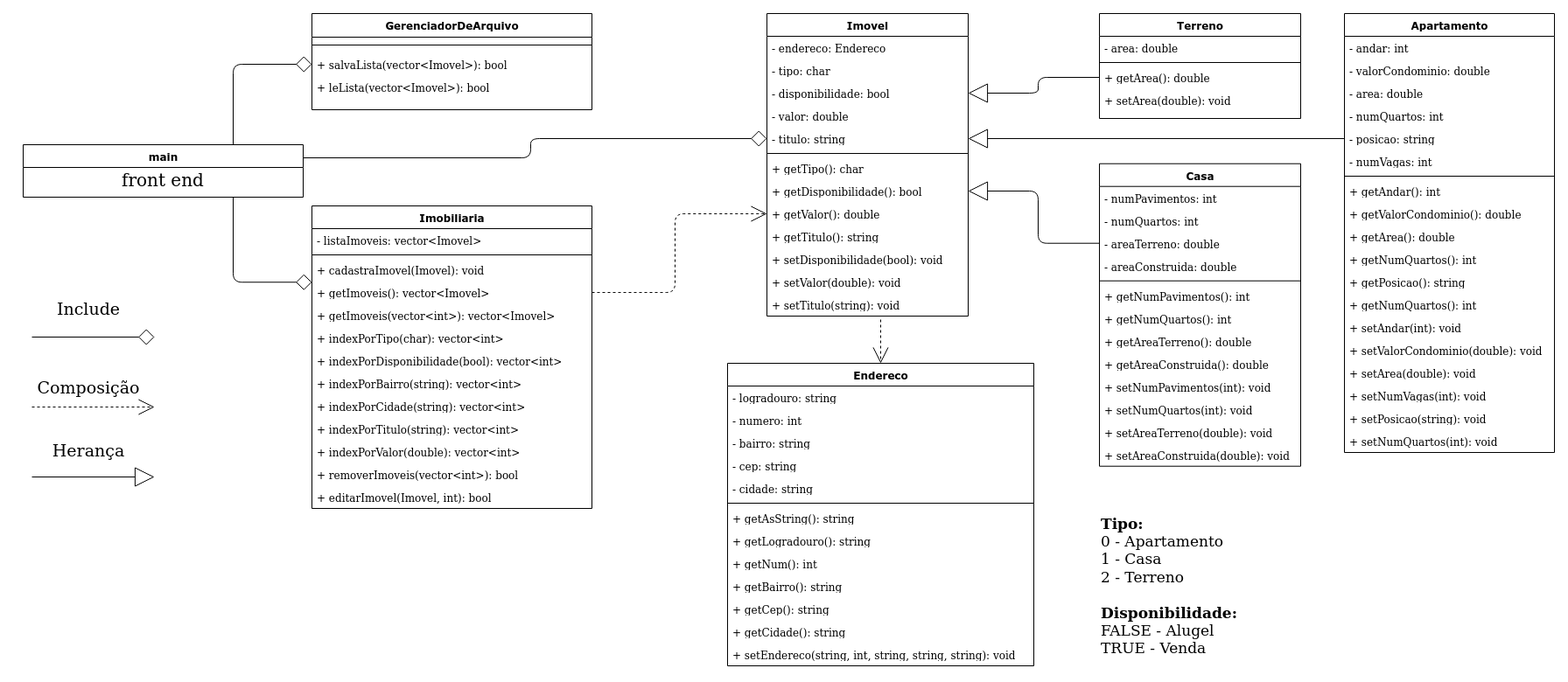
Above: Object_Oriented/ImobiliariaC++.png in francisccdn/crud-imobiliaria-llp1 (draw.io), before the change. Source tidied: cells renumbered, new cells last; positions are measured from the earlier drawing's top-left corner, leaving out a move shared by most shapes.
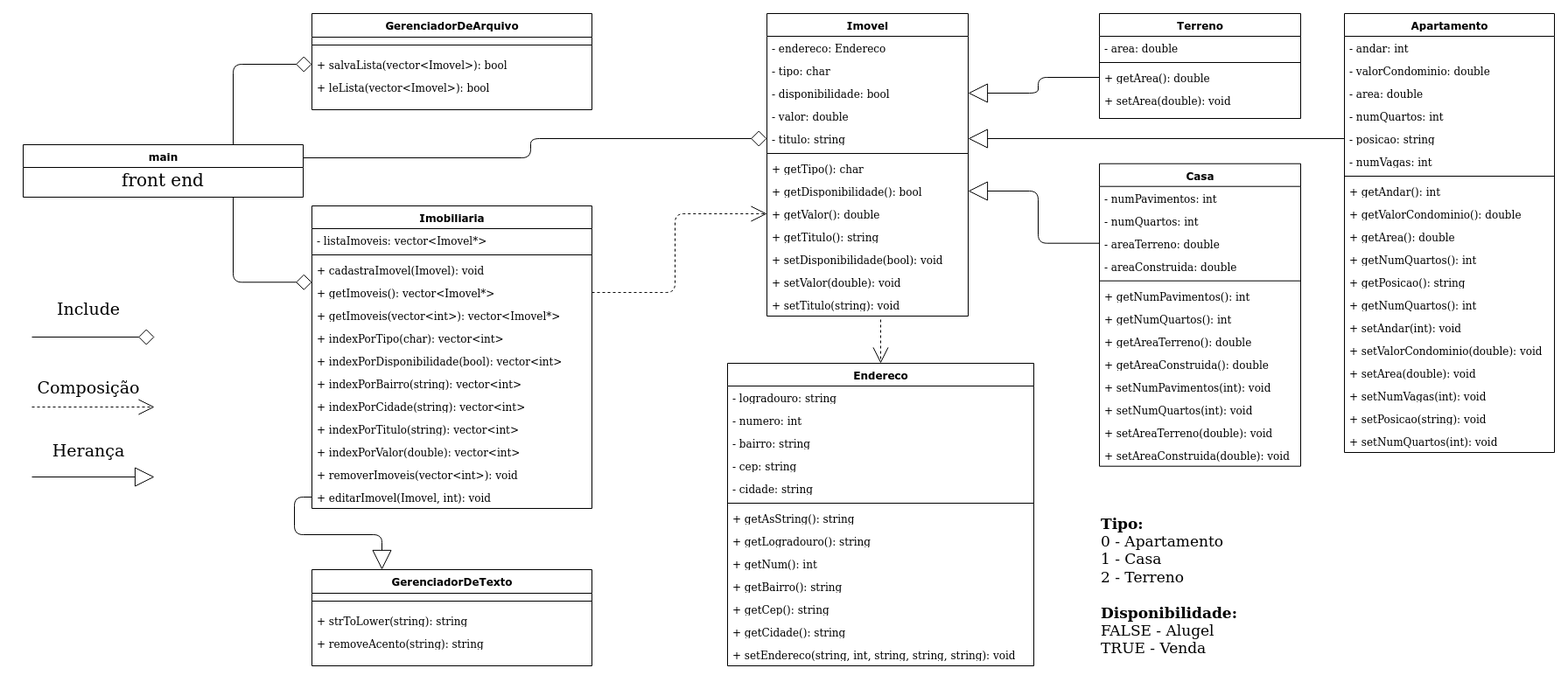
After the change.

Change to the diagram source:
```diff
@@ -5,7 +5,7 @@
     <mxCell id="2" value="Imobiliaria" style="swimlane;html=1;fontStyle=1;align=center;verticalAlign=top;horizontal=1;startSize=26;swimlaneFillColor=#ffffff;rounded=0;shadow=0;comic=0;labelBackgroundColor=none;strokeWidth=1;fillColor=none;fontFamily=Verdana;fontSize=12;" parent="1" vertex="1">
       <mxGeometry x="330" y="220" width="320" height="346" as="geometry" />
     </mxCell>
-    <mxCell id="3" value="- listaImoveis: vector&amp;lt;Imovel&amp;gt; " style="text;html=1;strokeColor=none;fillColor=none;align=left;verticalAlign=top;spacingLeft=4;spacingRight=4;whiteSpace=wrap;overflow=hidden;" parent="2" vertex="1">
+    <mxCell id="3" value="- listaImoveis: vector&amp;lt;Imovel*&amp;gt; " style="text;html=1;strokeColor=none;fillColor=none;align=left;verticalAlign=top;spacingLeft=4;spacingRight=4;whiteSpace=wrap;overflow=hidden;" parent="2" vertex="1">
       <mxGeometry y="26" width="320" height="26" as="geometry" />
     </mxCell>
     <mxCell id="4" style="line;html=1;strokeWidth=1;fillColor=none;align=left;verticalAlign=middle;spacingTop=-1;spacingLeft=3;spacingRight=3;labelPosition=right;" parent="2" vertex="1">
@@ -14,10 +14,10 @@
     <mxCell id="5" value="+ cadastraImovel(Imovel): void" style="text;html=1;strokeColor=none;fillColor=none;align=left;verticalAlign=top;spacingLeft=4;spacingRight=4;whiteSpace=wrap;overflow=hidden;" parent="2" vertex="1">
       <mxGeometry y="60" width="320" height="26" as="geometry" />
     </mxCell>
-    <mxCell id="6" value="+ getImoveis(): vector&amp;lt;Imovel&amp;gt;" style="text;html=1;strokeColor=none;fillColor=none;align=left;verticalAlign=top;spacingLeft=4;spacingRight=4;whiteSpace=wrap;overflow=hidden;points=[[0,0.5],[1,0.5]];portConstraint=eastwest;" parent="2" vertex="1">
+    <mxCell id="6" value="+ getImoveis(): vector&amp;lt;Imovel*&amp;gt;" style="text;html=1;strokeColor=none;fillColor=none;align=left;verticalAlign=top;spacingLeft=4;spacingRight=4;whiteSpace=wrap;overflow=hidden;points=[[0,0.5],[1,0.5]];portConstraint=eastwest;" parent="2" vertex="1">
       <mxGeometry y="86" width="320" height="26" as="geometry" />
     </mxCell>
-    <mxCell id="7" value="+ getImoveis(vector&amp;lt;int&amp;gt;): vector&amp;lt;Imovel&amp;gt;" style="text;html=1;strokeColor=none;fillColor=none;align=left;verticalAlign=top;spacingLeft=4;spacingRight=4;whiteSpace=wrap;overflow=hidden;" parent="2" vertex="1">
+    <mxCell id="7" value="+ getImoveis(vector&amp;lt;int&amp;gt;): vector&amp;lt;Imovel*&amp;gt;" style="text;html=1;strokeColor=none;fillColor=none;align=left;verticalAlign=top;spacingLeft=4;spacingRight=4;whiteSpace=wrap;overflow=hidden;" parent="2" vertex="1">
       <mxGeometry y="112" width="320" height="26" as="geometry" />
     </mxCell>
     <mxCell id="8" value="+ indexPorTipo(char): vector&amp;lt;int&amp;gt; " style="text;html=1;strokeColor=none;fillColor=none;align=left;verticalAlign=top;spacingLeft=4;spacingRight=4;whiteSpace=wrap;overflow=hidden;" parent="2" vertex="1">
@@ -38,10 +38,10 @@
     <mxCell id="13" value="+ indexPorValor(double): vector&amp;lt;int&amp;gt;" style="text;html=1;strokeColor=none;fillColor=none;align=left;verticalAlign=top;spacingLeft=4;spacingRight=4;whiteSpace=wrap;overflow=hidden;" parent="2" vertex="1">
       <mxGeometry y="268" width="320" height="26" as="geometry" />
     </mxCell>
-    <mxCell id="14" value="+ removerImoveis(vector&amp;lt;int&amp;gt;): bool" style="text;html=1;strokeColor=none;fillColor=none;align=left;verticalAlign=top;spacingLeft=4;spacingRight=4;whiteSpace=wrap;overflow=hidden;" parent="2" vertex="1">
+    <mxCell id="14" value="+ removerImoveis(vector&amp;lt;int&amp;gt;): void" style="text;html=1;strokeColor=none;fillColor=none;align=left;verticalAlign=top;spacingLeft=4;spacingRight=4;whiteSpace=wrap;overflow=hidden;" parent="2" vertex="1">
       <mxGeometry y="294" width="320" height="26" as="geometry" />
     </mxCell>
-    <mxCell id="15" value="+ editarImovel(Imovel, int): bool" style="text;html=1;strokeColor=none;fillColor=none;align=left;verticalAlign=top;spacingLeft=4;spacingRight=4;whiteSpace=wrap;overflow=hidden;points=[[0,0.5],[1,0.5]];portConstraint=eastwest;" parent="2" vertex="1">
+    <mxCell id="15" value="+ editarImovel(Imovel, int): void" style="text;html=1;strokeColor=none;fillColor=none;align=left;verticalAlign=top;spacingLeft=4;spacingRight=4;whiteSpace=wrap;overflow=hidden;points=[[0,0.5],[1,0.5]];portConstraint=eastwest;" parent="2" vertex="1">
       <mxGeometry y="320" width="320" height="26" as="geometry" />
     </mxCell>
     <mxCell id="16" value="Imovel" style="swimlane;html=1;fontStyle=1;align=center;verticalAlign=top;horizontal=1;startSize=26;swimlaneFillColor=#ffffff;rounded=0;shadow=0;comic=0;labelBackgroundColor=none;strokeWidth=1;fillColor=none;fontFamily=Verdana;fontSize=12;" parent="1" vertex="1">
@@ -319,5 +319,20 @@
     <mxCell id="103" value="&lt;div style=&quot;font-size: 17px&quot; align=&quot;left&quot;&gt;&lt;font style=&quot;font-size: 17px&quot;&gt;&lt;b&gt;Tipo:&lt;/b&gt;&lt;br&gt;&lt;/font&gt;&lt;/div&gt;&lt;div style=&quot;font-size: 17px&quot; align=&quot;left&quot;&gt;&lt;font style=&quot;font-size: 17px&quot;&gt;0 - Apartamento&lt;/font&gt;&lt;/div&gt;&lt;div style=&quot;font-size: 17px&quot; align=&quot;left&quot;&gt;&lt;font style=&quot;font-size: 17px&quot;&gt;1 - Casa&lt;/font&gt;&lt;/div&gt;&lt;div style=&quot;font-size: 17px&quot; align=&quot;left&quot;&gt;&lt;font style=&quot;font-size: 17px&quot;&gt;2 - Terreno&lt;/font&gt;&lt;/div&gt;&lt;div style=&quot;font-size: 17px&quot; align=&quot;left&quot;&gt;&lt;font style=&quot;font-size: 17px&quot;&gt;&lt;br&gt;&lt;/font&gt;&lt;/div&gt;&lt;div style=&quot;font-size: 17px&quot; align=&quot;left&quot;&gt;&lt;font style=&quot;font-size: 17px&quot;&gt;&lt;b&gt;Disponibilidade:&lt;/b&gt;&lt;br&gt;&lt;/font&gt;&lt;/div&gt;&lt;div style=&quot;font-size: 17px&quot; align=&quot;left&quot;&gt;&lt;font style=&quot;font-size: 17px&quot;&gt;FALSE - Alugel&lt;/font&gt;&lt;/div&gt;&lt;div style=&quot;font-size: 17px&quot; align=&quot;left&quot;&gt;&lt;font style=&quot;font-size: 17px&quot;&gt;TRUE - Venda&lt;br&gt;&lt;/font&gt;&lt;/div&gt;" style="text;html=1;strokeColor=none;fillColor=none;align=left;verticalAlign=middle;whiteSpace=wrap;rounded=0;" parent="1" vertex="1">
       <mxGeometry x="1230" y="563.7" width="320" height="182.3" as="geometry" />
     </mxCell>
+    <mxCell id="104" value="GerenciadorDeTexto" style="swimlane;html=1;fontStyle=1;align=center;verticalAlign=top;horizontal=1;startSize=27;swimlaneFillColor=#ffffff;rounded=0;shadow=0;comic=0;labelBackgroundColor=none;strokeWidth=1;fillColor=none;fontFamily=Verdana;fontSize=12;" parent="1" vertex="1">
+      <mxGeometry x="330" y="636" width="320" height="110" as="geometry" />
+    </mxCell>
+    <mxCell id="105" style="line;html=1;strokeWidth=1;fillColor=none;align=left;verticalAlign=middle;spacingTop=-1;spacingLeft=3;spacingRight=3;labelPosition=right;" parent="104" vertex="1">
+      <mxGeometry y="27" width="320" height="18" as="geometry" />
+    </mxCell>
+    <mxCell id="106" value="+ strToLower(string): string" style="text;html=1;strokeColor=none;fillColor=none;align=left;verticalAlign=top;spacingLeft=4;spacingRight=4;whiteSpace=wrap;overflow=hidden;" parent="104" vertex="1">
+      <mxGeometry y="45" width="320" height="26" as="geometry" />
+    </mxCell>
+    <mxCell id="107" value="+ removeAcento(string): string" style="text;html=1;strokeColor=none;fillColor=none;align=left;verticalAlign=top;spacingLeft=4;spacingRight=4;whiteSpace=wrap;overflow=hidden;" parent="104" vertex="1">
+      <mxGeometry y="71" width="320" height="26" as="geometry" />
+    </mxCell>
+    <mxCell id="108" style="edgeStyle=orthogonalEdgeStyle;rounded=1;jettySize=auto;html=1;exitX=0;exitY=0.5;exitDx=0;exitDy=0;entryX=0.25;entryY=0;entryDx=0;entryDy=0;endArrow=block;endFill=0;endSize=20;" parent="1" edge="1" source="15" target="104">
+      <mxGeometry relative="1" as="geometry" />
+    </mxCell>
   </root>
 </mxGraphModel>
```
